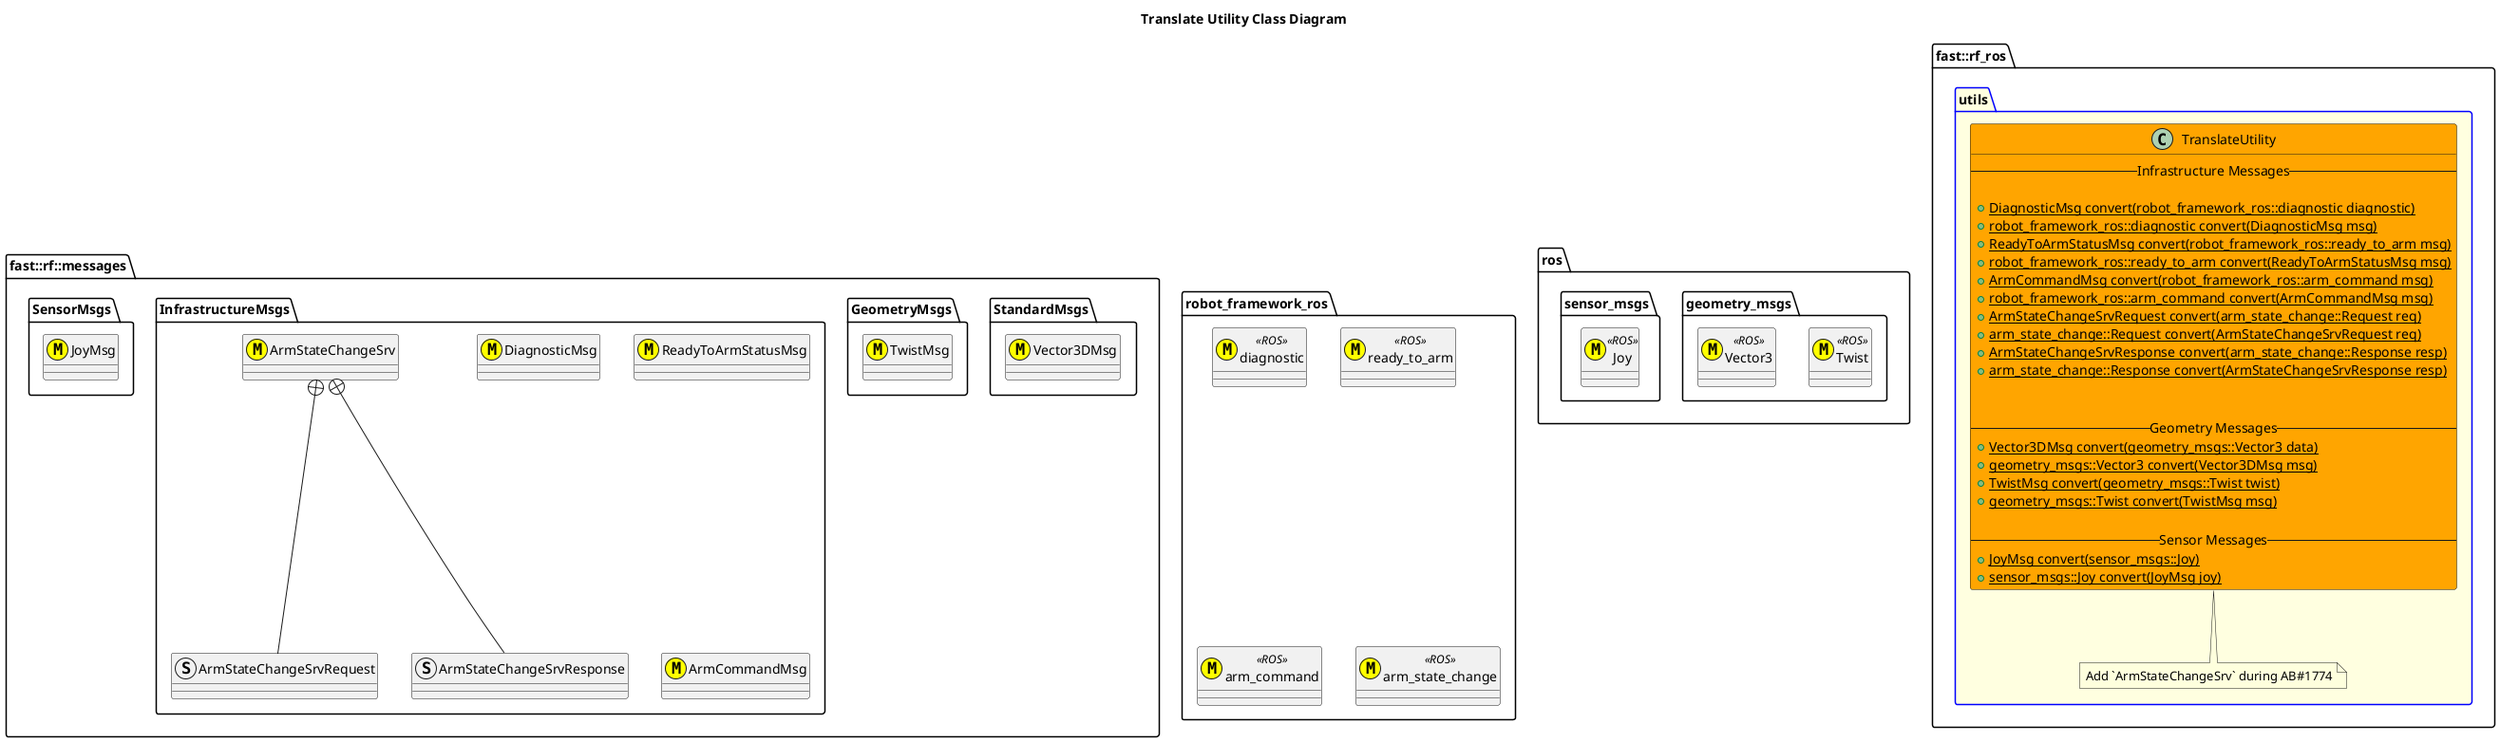
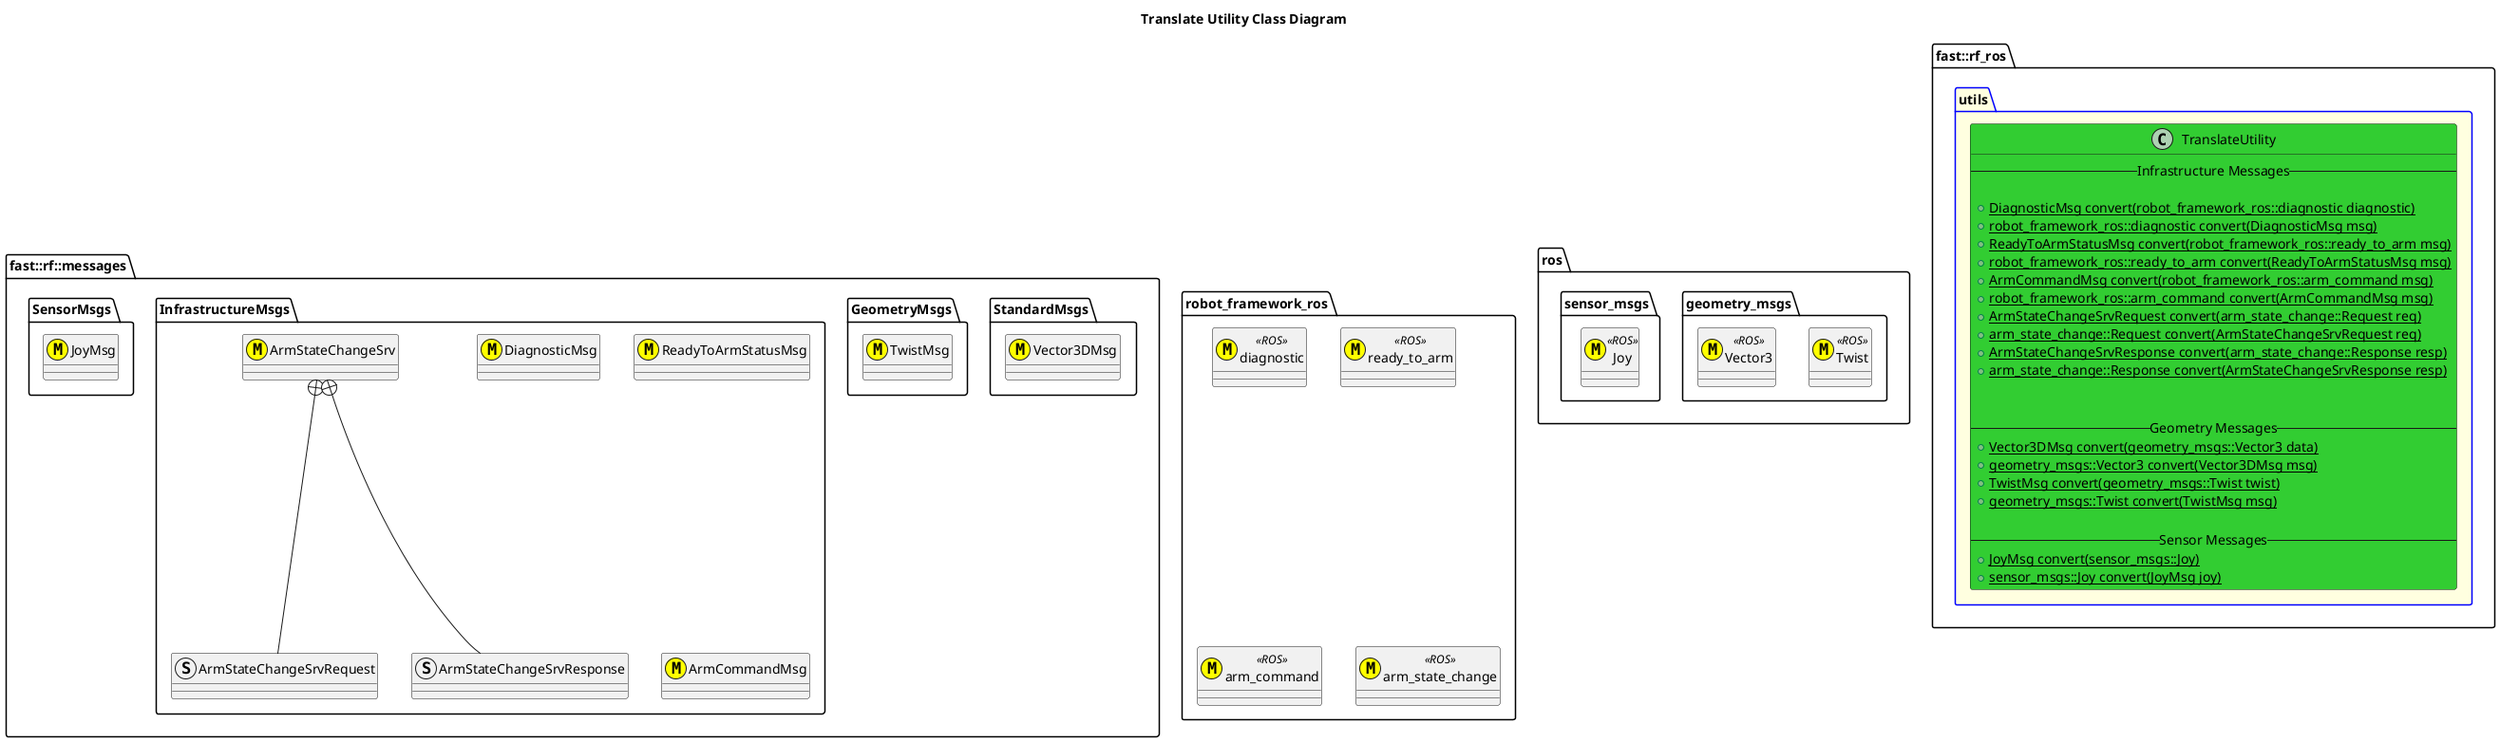
@startuml
title Translate Utility Class Diagram
namespace ros {
    namespace geometry_msgs {
        class Twist <<(M,#FFFF00)>> <<ROS>>
        class Vector3 <<(M,#FFFF00)>> <<ROS>>
    }
    namespace sensor_msgs {
        class Joy <<(M,#FFFF00)>> <<ROS>>
    }
}
namespace fast::rf::messages {
    namespace StandardMsgs {
        class Vector3DMsg <<(M,#FFFF00)>>
    }
    namespace GeometryMsgs {
        class TwistMsg <<(M,#FFFF00)>>
    }
    namespace InfrastructureMsgs {
        class DiagnosticMsg <<(M,#FFFF00)>>
        class ArmStateChangeSrv <<(M,#FFFF00)>>
        struct ArmStateChangeSrvRequest
        ArmStateChangeSrv +-- ArmStateChangeSrvRequest
        struct ArmStateChangeSrvResponse
        ArmStateChangeSrv +-- ArmStateChangeSrvResponse
        class ReadyToArmStatusMsg <<(M,#FFFF00)>>
        class ArmCommandMsg <<(M,#FFFF00)>>
    }
    namespace SensorMsgs {
        class JoyMsg <<(M,#FFFF00)>>
    }
}
namespace robot_framework_ros {
    class diagnostic <<(M,#FFFF00)>> <<ROS>>
    class ready_to_arm <<(M,#FFFF00)>> <<ROS>>
    class arm_command <<(M,#FFFF00)>> <<ROS>>
    class arm_state_change <<(M,#FFFF00)>> <<ROS>>

}
namespace fast::rf_ros {
    package utils  #LightYellow;line:blue {
-         class TranslateUtility #Orange {
+         class TranslateUtility #LimeGreen {
            -- Infrastructure Messages --

            +{static} DiagnosticMsg convert(robot_framework_ros::diagnostic diagnostic)
            +{static} robot_framework_ros::diagnostic convert(DiagnosticMsg msg)
            +{static} ReadyToArmStatusMsg convert(robot_framework_ros::ready_to_arm msg)
            +{static} robot_framework_ros::ready_to_arm convert(ReadyToArmStatusMsg msg)
            +{static} ArmCommandMsg convert(robot_framework_ros::arm_command msg)
            +{static} robot_framework_ros::arm_command convert(ArmCommandMsg msg)
            +{static} ArmStateChangeSrvRequest convert(arm_state_change::Request req)
            +{static} arm_state_change::Request convert(ArmStateChangeSrvRequest req)
            +{static} ArmStateChangeSrvResponse convert(arm_state_change::Response resp)
            +{static} arm_state_change::Response convert(ArmStateChangeSrvResponse resp)


            -- Geometry Messages --
            +{static} Vector3DMsg convert(geometry_msgs::Vector3 data)
            +{static} geometry_msgs::Vector3 convert(Vector3DMsg msg)
            +{static} TwistMsg convert(geometry_msgs::Twist twist)
            +{static} geometry_msgs::Twist convert(TwistMsg msg)

            -- Sensor Messages --
            +{static} JoyMsg convert(sensor_msgs::Joy)
            +{static} sensor_msgs::Joy convert(JoyMsg joy)
        }
-         note bottom of TranslateUtility
-         Add `ArmStateChangeSrv` during AB#1774
-         end note

    }
}

@enduml